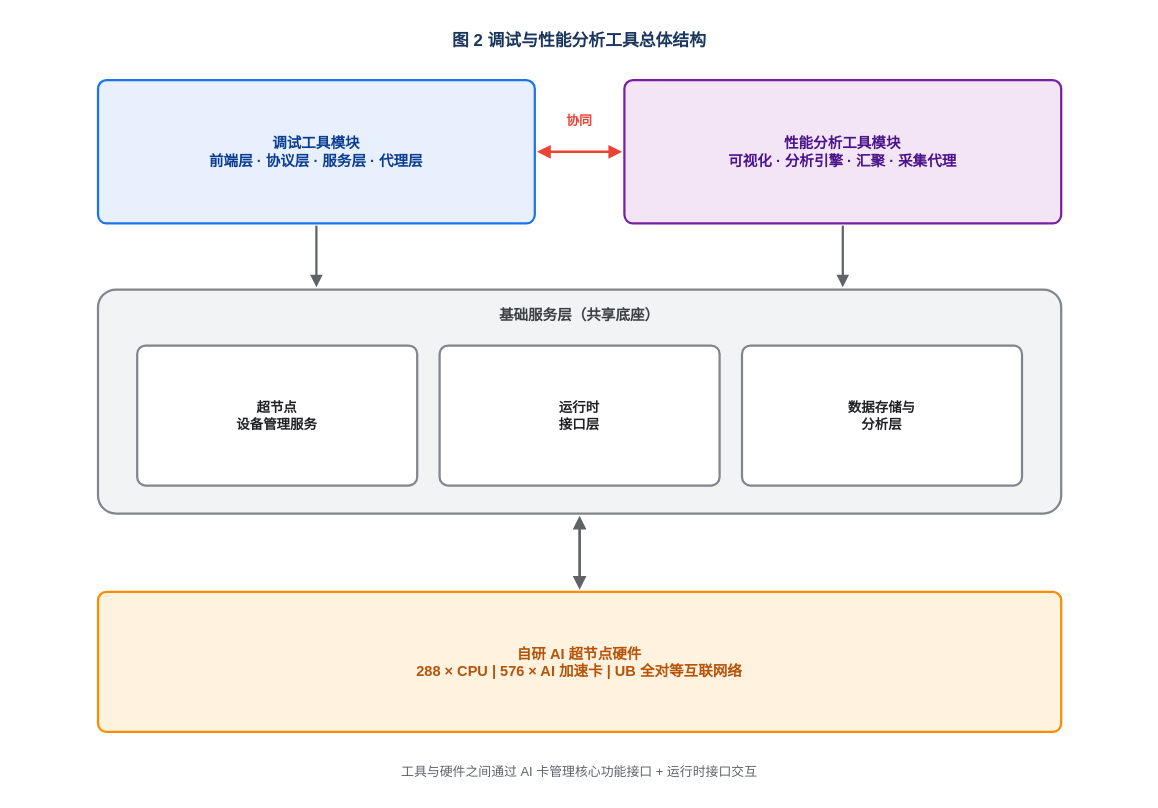
HanxuLiu/drawio-files keeps this draw.io diagram as page "调试与性能分析工具总体结构" (1 of 7) of A3超节点设计方案插图.drawio. Above is the earlier version. Source tidied: cells renumbered, new cells numbered last; positions are measured from the earlier drawing's top-left corner, leaving out a move shared by most shapes. Both pictures are drawn from the tidied source at 112%, with x=0, y=0 at pixel (19, 20).
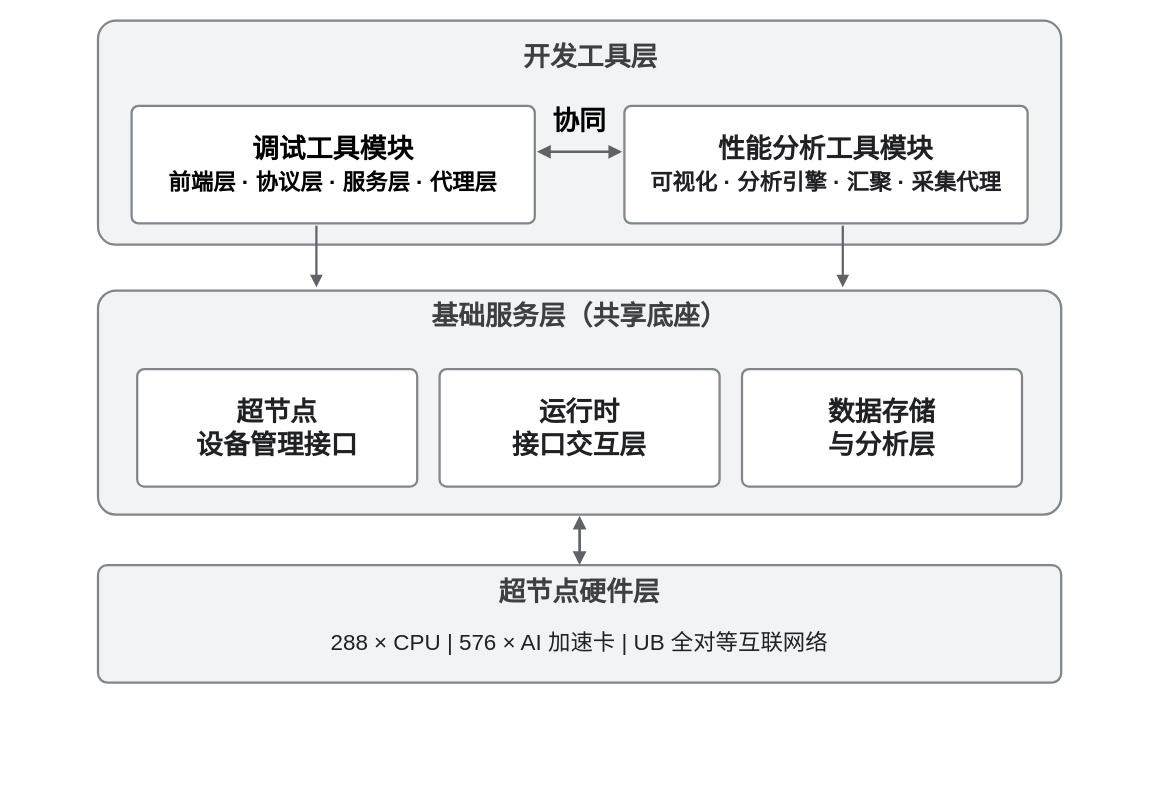
After the change.

Change to the diagram source:
```diff
@@
-    <mxCell id="2" value="图 2  调试与性能分析工具总体结构" style="text;html=1;strokeColor=none;fillColor=none;align=center;verticalAlign=middle;whiteSpace=wrap;rounded=0;fontSize=15;fontColor=#1A365D;fontStyle=1;" parent="1" vertex="1">
-      <mxGeometry width="1000" height="34" as="geometry" />
-    </mxCell>
+    <mxCell id="17" style="rounded=1;arcSize=8;whiteSpace=wrap;html=1;fillColor=#F1F3F4;strokeColor=#80868B;strokeWidth=2;fontSize=24;fontColor=#202124;align=center;verticalAlign=middle;" parent="1" vertex="1">
+      <mxGeometry x="70" width="860" height="200" as="geometry" />
+    </mxCell>
-    <mxCell id="3" value="调试工具模块&lt;br&gt;前端层 · 协议层 · 服务层 · 代理层" style="rounded=1;arcSize=6;whiteSpace=wrap;html=1;fillColor=#E8F0FE;strokeColor=#1A73E8;strokeWidth=2;fontSize=13;fontColor=#0B3D91;align=center;verticalAlign=middle;fontStyle=1;" parent="1" vertex="1">
-      <mxGeometry x="70" y="53" width="390" height="128" as="geometry" />
+    <mxCell id="3" value="&lt;span style=&quot;color: light-dark(rgb(0, 0, 0), rgb(150, 193, 255));&quot;&gt;调试工具模块&lt;/span&gt;&lt;div&gt;&lt;span style=&quot;font-size: 20px; background-color: transparent; color: light-dark(rgb(0, 0, 0), rgb(150, 193, 255));&quot;&gt;前端层 · 协议层 · 服务层 · 代理层&lt;/span&gt;&lt;/div&gt;" style="rounded=1;arcSize=6;whiteSpace=wrap;html=1;fillColor=#FFFFFF;strokeColor=#80868B;strokeWidth=2;fontSize=24;fontColor=#202124;align=center;verticalAlign=middle;fontStyle=1;fontFamily=Helvetica;" parent="1" vertex="1">
+      <mxGeometry x="100" y="76" width="360" height="105" as="geometry" />
     </mxCell>
-    <mxCell id="4" value="性能分析工具模块&lt;br&gt;可视化 · 分析引擎 · 汇聚 · 采集代理" style="rounded=1;arcSize=6;whiteSpace=wrap;html=1;fillColor=#F3E5F5;strokeColor=#7B1FA2;strokeWidth=2;fontSize=13;fontColor=#4A148C;align=center;verticalAlign=middle;fontStyle=1;" parent="1" vertex="1">
-      <mxGeometry x="540" y="53" width="390" height="128" as="geometry" />
+    <mxCell id="4" value="性能分析工具模块&lt;div&gt;&lt;font style=&quot;font-size: 20px;&quot;&gt;可视化 · 分析引擎 · 汇聚 · 采集代理&lt;/font&gt;&lt;/div&gt;" style="rounded=1;arcSize=6;whiteSpace=wrap;html=1;fillColor=#FFFFFF;strokeColor=#80868B;strokeWidth=2;fontSize=24;fontColor=#202124;align=center;verticalAlign=middle;fontStyle=1;fontFamily=Helvetica;" parent="1" vertex="1">
+      <mxGeometry x="540" y="76" width="360" height="105" as="geometry" />
     </mxCell>
-    <mxCell id="5" style="edgeStyle=none;html=1;rounded=0;strokeColor=#EA4335;strokeWidth=2.4;startArrow=block;startFill=1;endArrow=block;endFill=1;" parent="1" edge="1">
+    <mxCell id="5" style="edgeStyle=none;html=1;rounded=0;strokeColor=#5F6368;strokeWidth=2.4;startArrow=block;startFill=1;endArrow=block;endFill=1;fontSize=24;align=center;verticalAlign=middle;fontFamily=Helvetica;fontColor=default;labelBackgroundColor=default;" parent="1" edge="1">
       <mxGeometry relative="1" as="geometry">
         <mxPoint x="462" y="117" as="sourcePoint" />
         <mxPoint x="538" y="117" as="targetPoint" />
       </mxGeometry>
     </mxCell>
-    <mxCell id="6" value="协同" style="text;html=1;strokeColor=none;fillColor=none;align=center;verticalAlign=middle;whiteSpace=wrap;rounded=0;fontSize=11.5;fontColor=#EA4335;fontStyle=1;" parent="1" vertex="1">
+    <mxCell id="6" value="协同" style="text;html=1;strokeColor=none;fillColor=none;align=center;verticalAlign=middle;whiteSpace=wrap;rounded=0;fontSize=24;fontColor=light-dark(#000000, #ff796d);fontStyle=1;" parent="1" vertex="1">
       <mxGeometry x="455" y="76" width="90" height="28" as="geometry" />
     </mxCell>
-    <mxCell id="7" style="rounded=1;arcSize=8;whiteSpace=wrap;html=1;fillColor=#F1F3F4;strokeColor=#80868B;strokeWidth=2;fontSize=12;fontColor=#202124;align=center;verticalAlign=middle;" parent="1" vertex="1">
-      <mxGeometry x="70" y="240" width="860" height="200" as="geometry" />
+    <mxCell id="7" style="rounded=1;arcSize=8;whiteSpace=wrap;html=1;fillColor=#F1F3F4;strokeColor=#80868B;strokeWidth=2;fontSize=24;fontColor=#202124;align=center;verticalAlign=middle;" parent="1" vertex="1">
+      <mxGeometry x="70" y="241" width="860" height="200" as="geometry" />
     </mxCell>
-    <mxCell id="8" value="基础服务层（共享底座）" style="text;html=1;strokeColor=none;fillColor=none;align=center;verticalAlign=middle;whiteSpace=wrap;rounded=0;fontSize=13;fontColor=#3C4043;fontStyle=1;" parent="1" vertex="1">
-      <mxGeometry x="70" y="248" width="860" height="30" as="geometry" />
+    <mxCell id="8" value="基础服务层（共享底座）" style="text;html=1;strokeColor=none;fillColor=none;align=center;verticalAlign=middle;whiteSpace=wrap;rounded=0;fontSize=24;fontColor=#3C4043;fontStyle=1;" parent="1" vertex="1">
+      <mxGeometry x="70" y="249" width="860" height="30" as="geometry" />
     </mxCell>
-    <mxCell id="9" value="超节点&lt;br&gt;设备管理服务" style="rounded=1;arcSize=6;whiteSpace=wrap;html=1;fillColor=#FFFFFF;strokeColor=#80868B;strokeWidth=2;fontSize=12;fontColor=#202124;align=center;verticalAlign=middle;fontStyle=1;" parent="1" vertex="1">
-      <mxGeometry x="105" y="290" width="250" height="125" as="geometry" />
+    <mxCell id="9" value="超节点&lt;br&gt;设备管理接口" style="rounded=1;arcSize=6;whiteSpace=wrap;html=1;fillColor=#FFFFFF;strokeColor=#80868B;strokeWidth=2;fontSize=24;fontColor=#202124;align=center;verticalAlign=middle;fontStyle=1;" parent="1" vertex="1">
+      <mxGeometry x="105" y="311" width="250" height="105" as="geometry" />
     </mxCell>
-    <mxCell id="10" value="运行时&lt;br&gt;接口层" style="rounded=1;arcSize=6;whiteSpace=wrap;html=1;fillColor=#FFFFFF;strokeColor=#80868B;strokeWidth=2;fontSize=12;fontColor=#202124;align=center;verticalAlign=middle;fontStyle=1;" parent="1" vertex="1">
-      <mxGeometry x="375" y="290" width="250" height="125" as="geometry" />
+    <mxCell id="10" value="运行时&lt;br&gt;接口交互层" style="rounded=1;arcSize=6;whiteSpace=wrap;html=1;fillColor=#FFFFFF;strokeColor=#80868B;strokeWidth=2;fontSize=24;fontColor=#202124;align=center;verticalAlign=middle;fontStyle=1;" parent="1" vertex="1">
+      <mxGeometry x="375" y="311" width="250" height="105" as="geometry" />
     </mxCell>
-    <mxCell id="11" value="数据存储与&lt;br&gt;分析层" style="rounded=1;arcSize=6;whiteSpace=wrap;html=1;fillColor=#FFFFFF;strokeColor=#80868B;strokeWidth=2;fontSize=12;fontColor=#202124;align=center;verticalAlign=middle;fontStyle=1;" parent="1" vertex="1">
-      <mxGeometry x="645" y="290" width="250" height="125" as="geometry" />
+    <mxCell id="11" value="数据存储&lt;div&gt;与分析层&lt;/div&gt;" style="rounded=1;arcSize=6;whiteSpace=wrap;html=1;fillColor=#FFFFFF;strokeColor=#80868B;strokeWidth=2;fontSize=24;fontColor=#202124;align=center;verticalAlign=middle;fontStyle=1;" parent="1" vertex="1">
+      <mxGeometry x="645" y="311" width="250" height="105" as="geometry" />
     </mxCell>
-    <mxCell id="12" style="edgeStyle=none;html=1;rounded=0;strokeColor=#5F6368;strokeWidth=2;endArrow=block;endFill=1;" parent="1" edge="1">
+    <mxCell id="12" style="edgeStyle=none;html=1;rounded=0;strokeColor=#5F6368;strokeWidth=2;endArrow=block;endFill=1;fontSize=24;" parent="1" edge="1">
       <mxGeometry relative="1" as="geometry">
         <mxPoint x="265" y="183" as="sourcePoint" />
         <mxPoint x="265" y="238" as="targetPoint" />
       </mxGeometry>
     </mxCell>
-    <mxCell id="13" style="edgeStyle=none;html=1;rounded=0;strokeColor=#5F6368;strokeWidth=2;endArrow=block;endFill=1;" parent="1" edge="1">
+    <mxCell id="13" style="edgeStyle=none;html=1;rounded=0;strokeColor=#5F6368;strokeWidth=2;endArrow=block;endFill=1;fontSize=24;" parent="1" edge="1">
       <mxGeometry relative="1" as="geometry">
         <mxPoint x="735" y="183" as="sourcePoint" />
         <mxPoint x="735" y="238" as="targetPoint" />
       </mxGeometry>
     </mxCell>
-    <mxCell id="14" value="自研 AI 超节点硬件&lt;br&gt;288 × CPU   |   576 × AI 加速卡   |   UB 全对等互联网络" style="rounded=1;arcSize=6;whiteSpace=wrap;html=1;fillColor=#FFF3E0;strokeColor=#FB8C00;strokeWidth=2;fontSize=13;fontColor=#B45309;align=center;verticalAlign=middle;fontStyle=1;" parent="1" vertex="1">
-      <mxGeometry x="70" y="510" width="860" height="125" as="geometry" />
+    <mxCell id="14" value="&lt;font&gt;&lt;br&gt;&lt;font style=&quot;font-size: 20px;&quot;&gt;288 × CPU   |   576 × AI 加速卡   |   UB 全对等互联网络&lt;/font&gt;&lt;/font&gt;" style="rounded=1;arcSize=8;whiteSpace=wrap;html=1;fillColor=#F1F3F4;strokeColor=#80868B;strokeWidth=2;fontSize=24;fontColor=#202124;align=center;verticalAlign=middle;fontFamily=Helvetica;" parent="1" vertex="1">
+      <mxGeometry x="70" y="486" width="860" height="105" as="geometry" />
     </mxCell>
-    <mxCell id="15" style="edgeStyle=none;html=1;rounded=0;strokeColor=#5F6368;strokeWidth=2.4;startArrow=block;startFill=1;endArrow=block;endFill=1;" parent="1" edge="1">
+    <mxCell id="15" style="edgeStyle=none;html=1;rounded=0;strokeColor=#5F6368;strokeWidth=2.4;startArrow=block;startFill=1;endArrow=block;endFill=1;fontSize=24;entryX=0.5;entryY=0;entryDx=0;entryDy=0;" parent="1" edge="1" target="14">
       <mxGeometry relative="1" as="geometry">
         <mxPoint x="500" y="442" as="sourcePoint" />
-        <mxPoint x="500" y="508" as="targetPoint" />
       </mxGeometry>
     </mxCell>
-    <mxCell id="16" value="工具与硬件之间通过 AI 卡管理核心功能接口 + 运行时接口交互" style="text;html=1;strokeColor=none;fillColor=none;align=center;verticalAlign=middle;whiteSpace=wrap;rounded=0;fontSize=11.5;fontColor=#5F6368;" parent="1" vertex="1">
-      <mxGeometry x="70" y="656" width="860" height="30" as="geometry" />
-    </mxCell>
+    <mxCell id="18" value="开发工具层" style="text;html=1;strokeColor=none;fillColor=none;align=center;verticalAlign=middle;whiteSpace=wrap;rounded=0;fontSize=24;fontColor=#3C4043;fontStyle=1;" parent="1" vertex="1">
+      <mxGeometry x="80" y="18" width="860" height="30" as="geometry" />
+    </mxCell>
+    <mxCell id="19" value="超节点硬件层" style="text;html=1;strokeColor=none;fillColor=none;align=center;verticalAlign=middle;whiteSpace=wrap;rounded=0;fontSize=24;fontColor=#3C4043;fontStyle=1;" parent="1" vertex="1">
+      <mxGeometry x="70" y="496" width="860" height="30" as="geometry" />
+    </mxCell>
```
